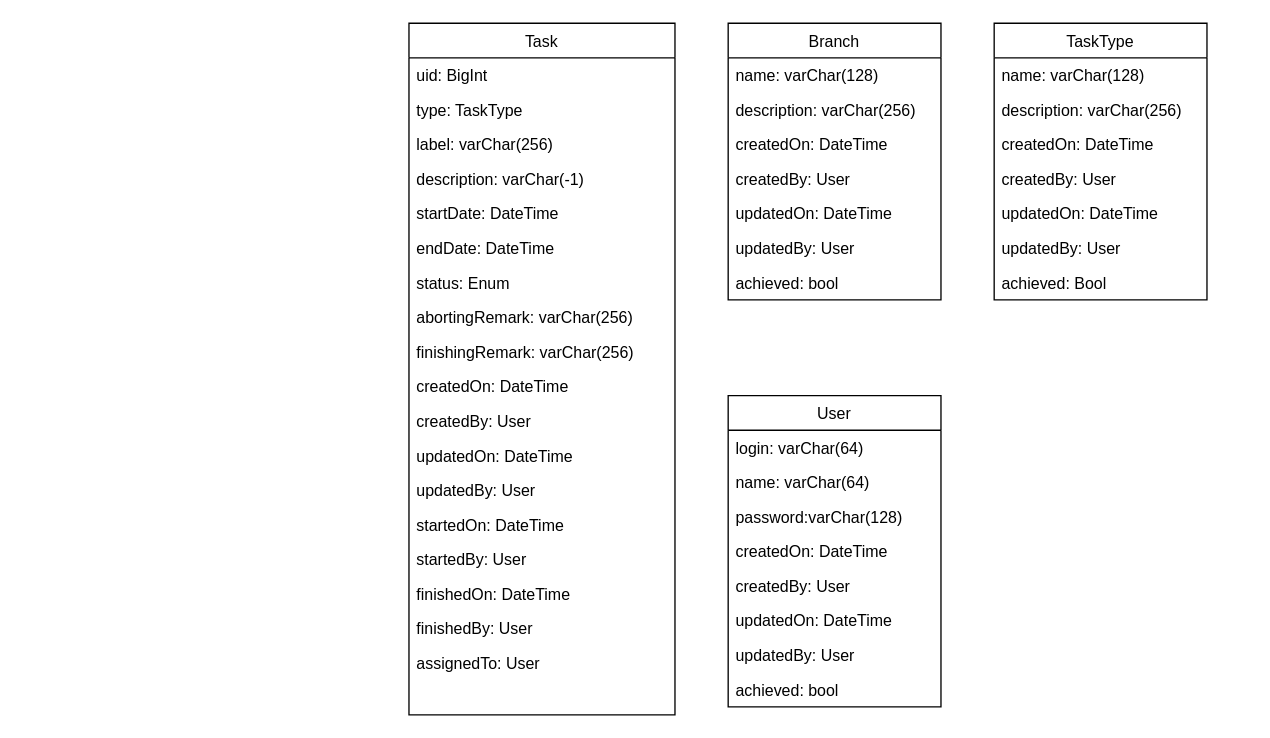
The draw.io diagram classes_overview.drawio in test-eban/fh_swf_mwf_2023, before the edit. Source tidied: cells renumbered, new cells numbered last; positions are measured from the earlier drawing's top-left corner, leaving out a move shared by most shapes. Both pictures are drawn from the tidied source at 133%, with x=0, y=0 at pixel (408, 23).
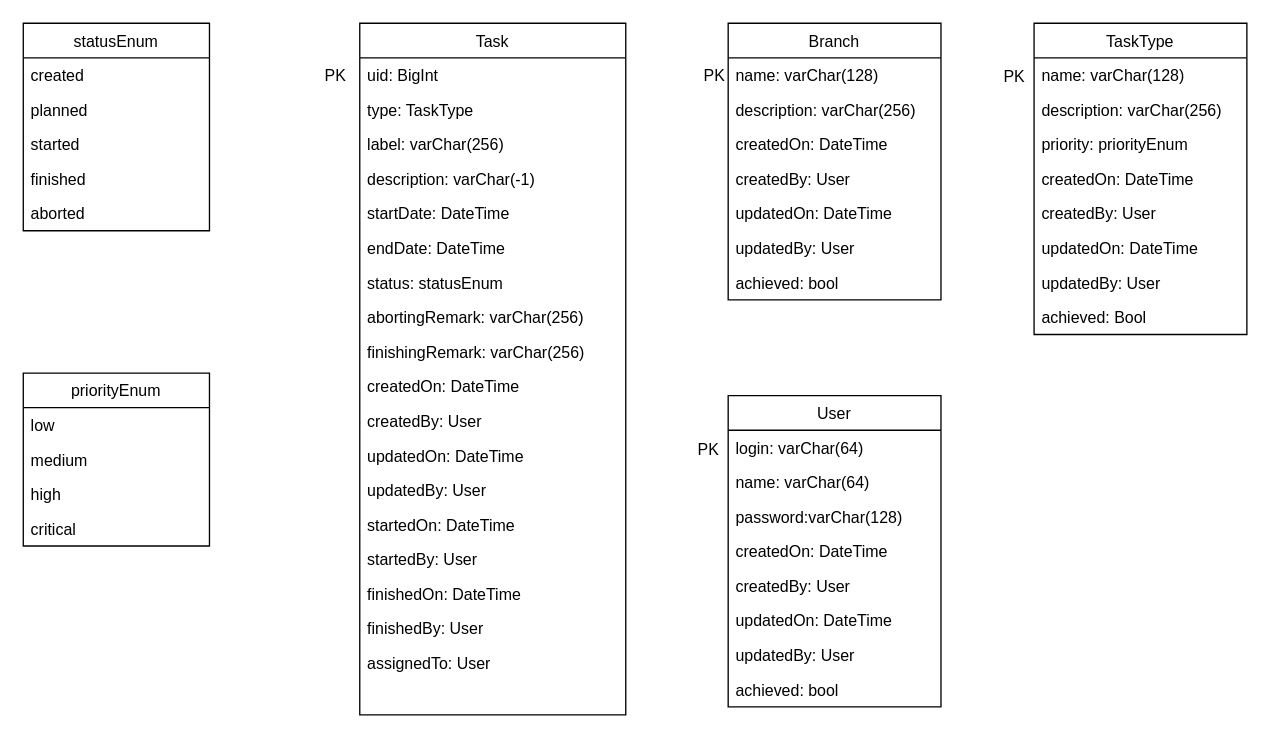
The same page after the edit.

Commit message:
modify classes overview

Change to the diagram source:
```diff
@@
     <mxCell id="2" value="Task" style="swimlane;fontStyle=0;align=center;verticalAlign=top;horizontal=1;startSize=26;rounded=0;shadow=0;strokeWidth=1;" parent="1" vertex="1">
-      <mxGeometry width="200" height="520" as="geometry" />
+      <mxGeometry x="-37" width="200" height="520" as="geometry" />
     </mxCell>
@@
-    <mxCell id="9" value="status: Enum" style="text;align=left;verticalAlign=top;spacingLeft=4;spacingRight=4;overflow=hidden;rounded=0;shadow=0;html=0;" parent="2" vertex="1">
+    <mxCell id="9" value="status: statusEnum" style="text;align=left;verticalAlign=top;spacingLeft=4;spacingRight=4;overflow=hidden;rounded=0;shadow=0;html=0;" parent="2" vertex="1">
       <mxGeometry y="182" width="200" height="26" as="geometry" />
     </mxCell>
@@
     <mxCell id="29" value="TaskType" style="swimlane;fontStyle=0;horizontal=1;startSize=26;fillColor=none;" parent="1" vertex="1">
-      <mxGeometry x="440" width="160" height="208" as="geometry" />
+      <mxGeometry x="470" width="160" height="234" as="geometry" />
     </mxCell>
@@
+    <mxCell id="46" value="priority: priorityEnum" style="text;strokeColor=none;fillColor=none;align=left;verticalAlign=top;spacingLeft=4;spacingRight=4;overflow=hidden;" parent="29" vertex="1">
+      <mxGeometry y="78" width="160" height="26" as="geometry" />
+    </mxCell>
     <mxCell id="32" value="createdOn: DateTime" style="text;strokeColor=none;fillColor=none;align=left;verticalAlign=top;spacingLeft=4;spacingRight=4;overflow=hidden;" parent="29" vertex="1">
-      <mxGeometry y="78" width="160" height="26" as="geometry" />
+      <mxGeometry y="104" width="160" height="26" as="geometry" />
     </mxCell>
     <mxCell id="33" value="createdBy: User " style="text;strokeColor=none;fillColor=none;align=left;verticalAlign=top;spacingLeft=4;spacingRight=4;overflow=hidden;" parent="29" vertex="1">
-      <mxGeometry y="104" width="160" height="26" as="geometry" />
+      <mxGeometry y="130" width="160" height="26" as="geometry" />
     </mxCell>
     <mxCell id="34" value="updatedOn: DateTime" style="text;strokeColor=none;fillColor=none;align=left;verticalAlign=top;spacingLeft=4;spacingRight=4;overflow=hidden;" parent="29" vertex="1">
-      <mxGeometry y="130" width="160" height="26" as="geometry" />
+      <mxGeometry y="156" width="160" height="26" as="geometry" />
     </mxCell>
     <mxCell id="35" value="updatedBy: User" style="text;strokeColor=none;fillColor=none;align=left;verticalAlign=top;spacingLeft=4;spacingRight=4;overflow=hidden;" parent="29" vertex="1">
-      <mxGeometry y="156" width="160" height="26" as="geometry" />
+      <mxGeometry y="182" width="160" height="26" as="geometry" />
     </mxCell>
     <mxCell id="36" value="achieved: Bool" style="text;strokeColor=none;fillColor=none;align=left;verticalAlign=top;spacingLeft=4;spacingRight=4;overflow=hidden;" parent="29" vertex="1">
-      <mxGeometry y="182" width="160" height="26" as="geometry" />
+      <mxGeometry y="208" width="160" height="26" as="geometry" />
     </mxCell>
@@
+    <mxCell id="47" value="PK" style="text;html=1;strokeColor=none;fillColor=none;align=center;verticalAlign=middle;whiteSpace=wrap;rounded=0;" parent="1" vertex="1">
+      <mxGeometry x="-70" y="25" width="30" height="30" as="geometry" />
+    </mxCell>
+    <mxCell id="48" value="PK" style="text;html=1;strokeColor=none;fillColor=none;align=center;verticalAlign=middle;whiteSpace=wrap;rounded=0;" parent="1" vertex="1">
+      <mxGeometry x="220" y="25" width="20" height="30" as="geometry" />
+    </mxCell>
+    <mxCell id="49" value="PK" style="text;html=1;strokeColor=none;fillColor=none;align=center;verticalAlign=middle;whiteSpace=wrap;rounded=0;" parent="1" vertex="1">
+      <mxGeometry x="441" y="26" width="29" height="30" as="geometry" />
+    </mxCell>
+    <mxCell id="50" value="PK" style="text;html=1;strokeColor=none;fillColor=none;align=center;verticalAlign=middle;whiteSpace=wrap;rounded=0;" parent="1" vertex="1">
+      <mxGeometry x="211" y="306" width="29" height="30" as="geometry" />
+    </mxCell>
+    <mxCell id="51" value="statusEnum" style="swimlane;fontStyle=0;horizontal=1;startSize=26;fillColor=none;" parent="1" vertex="1">
+      <mxGeometry x="-290" width="140" height="156" as="geometry" />
+    </mxCell>
+    <mxCell id="52" value="created" style="text;strokeColor=none;fillColor=none;align=left;verticalAlign=top;spacingLeft=4;spacingRight=4;overflow=hidden;" parent="51" vertex="1">
+      <mxGeometry y="26" width="140" height="26" as="geometry" />
+    </mxCell>
+    <mxCell id="53" value="planned" style="text;strokeColor=none;fillColor=none;align=left;verticalAlign=top;spacingLeft=4;spacingRight=4;overflow=hidden;" parent="51" vertex="1">
+      <mxGeometry y="52" width="140" height="26" as="geometry" />
+    </mxCell>
+    <mxCell id="54" value="started" style="text;strokeColor=none;fillColor=none;align=left;verticalAlign=top;spacingLeft=4;spacingRight=4;overflow=hidden;" parent="51" vertex="1">
+      <mxGeometry y="78" width="140" height="26" as="geometry" />
+    </mxCell>
+    <mxCell id="55" value="finished" style="text;strokeColor=none;fillColor=none;align=left;verticalAlign=top;spacingLeft=4;spacingRight=4;overflow=hidden;" parent="51" vertex="1">
+      <mxGeometry y="104" width="140" height="26" as="geometry" />
+    </mxCell>
+    <mxCell id="56" value="aborted" style="text;strokeColor=none;fillColor=none;align=left;verticalAlign=top;spacingLeft=4;spacingRight=4;overflow=hidden;" parent="51" vertex="1">
+      <mxGeometry y="130" width="140" height="26" as="geometry" />
+    </mxCell>
+    <mxCell id="57" value="priorityEnum" style="swimlane;fontStyle=0;horizontal=1;startSize=26;fillColor=none;" parent="1" vertex="1">
+      <mxGeometry x="-290" y="263" width="140" height="130" as="geometry" />
+    </mxCell>
+    <mxCell id="58" value="low" style="text;strokeColor=none;fillColor=none;align=left;verticalAlign=top;spacingLeft=4;spacingRight=4;overflow=hidden;" parent="57" vertex="1">
+      <mxGeometry y="26" width="140" height="26" as="geometry" />
+    </mxCell>
+    <mxCell id="59" value="medium" style="text;strokeColor=none;fillColor=none;align=left;verticalAlign=top;spacingLeft=4;spacingRight=4;overflow=hidden;" parent="57" vertex="1">
+      <mxGeometry y="52" width="140" height="26" as="geometry" />
+    </mxCell>
+    <mxCell id="60" value="high" style="text;strokeColor=none;fillColor=none;align=left;verticalAlign=top;spacingLeft=4;spacingRight=4;overflow=hidden;" parent="57" vertex="1">
+      <mxGeometry y="78" width="140" height="26" as="geometry" />
+    </mxCell>
+    <mxCell id="61" value="critical" style="text;strokeColor=none;fillColor=none;align=left;verticalAlign=top;spacingLeft=4;spacingRight=4;overflow=hidden;" parent="57" vertex="1">
+      <mxGeometry y="104" width="140" height="26" as="geometry" />
+    </mxCell>
```
